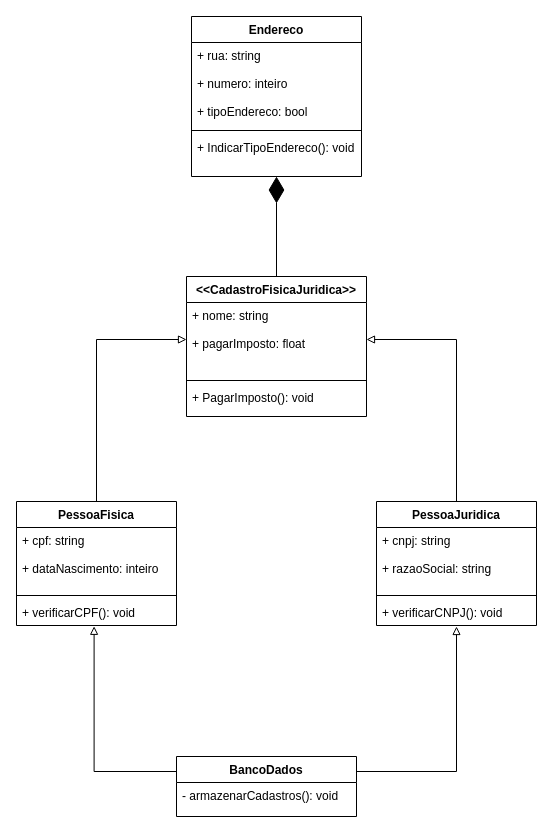
This is DiagramaUML.drawio from VictorVilhena0/ClientLabDiagrama, a draw.io file, before an edit. Source tidied: cells renumbered, new cells numbered last; positions are measured from the earlier drawing's top-left corner, leaving out a move shared by most shapes. Both pictures are drawn from the tidied source at 100%, with x=0, y=0 at pixel (16, 16).
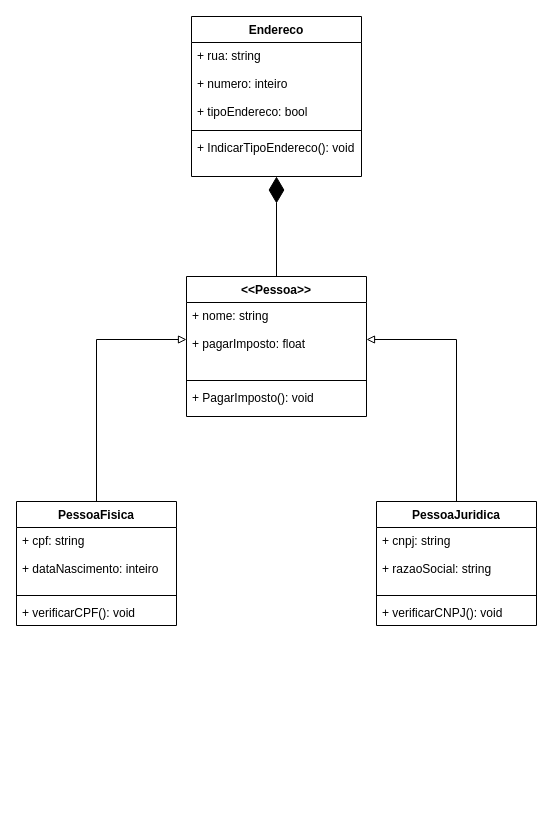
The same diagram, later.

The change refers to these unchanged cells:
```xml
<mxCell id="10" value="+ verificarCPF(): void" style="text;strokeColor=none;fillColor=none;align=left;verticalAlign=top;spacingLeft=4;spacingRight=4;overflow=hidden;points=[[0,0.5],[1,0.5]];portConstraint=eastwest;" parent="7" vertex="1">
  <mxGeometry y="98" width="160" height="26" as="geometry" />
</mxCell>
<mxCell id="19" value="+ verificarCNPJ(): void" style="text;strokeColor=none;fillColor=none;align=left;verticalAlign=top;spacingLeft=4;spacingRight=4;overflow=hidden;points=[[0,0.5],[1,0.5]];portConstraint=eastwest;" parent="16" vertex="1">
  <mxGeometry y="98" width="160" height="26" as="geometry" />
</mxCell>
```

What changed in the source:
```diff
@@
-    <mxCell id="11" value="&lt;&lt;CadastroFisicaJuridica&gt;&gt;" style="swimlane;fontStyle=1;align=center;verticalAlign=top;horizontal=1;startSize=26;" parent="1" vertex="1">
+    <mxCell id="11" value="&lt;&lt;Pessoa&gt;&gt;" style="swimlane;fontStyle=1;align=center;verticalAlign=top;horizontal=1;startSize=26;" parent="1" vertex="1">
       <mxGeometry x="170" y="260" width="180" height="140" as="geometry" />
     </mxCell>
@@
-    <mxCell id="21" style="edgeStyle=orthogonalEdgeStyle;rounded=0;jettySize=auto;html=1;exitX=0;exitY=0.25;exitDx=0;exitDy=0;startArrow=none;startFill=0;endArrow=block;endFill=0;entryX=0.485;entryY=1.031;entryDx=0;entryDy=0;entryPerimeter=0;" parent="1" edge="1" source="23" target="10">
-      <mxGeometry relative="1" as="geometry" />
-    </mxCell>
-    <mxCell id="22" style="edgeStyle=orthogonalEdgeStyle;rounded=0;jettySize=auto;html=1;exitX=1;exitY=0.25;exitDx=0;exitDy=0;entryX=0.5;entryY=1.038;entryDx=0;entryDy=0;entryPerimeter=0;startArrow=none;startFill=0;endArrow=block;endFill=0;" parent="1" edge="1" source="23" target="19">
-      <mxGeometry relative="1" as="geometry" />
-    </mxCell>
-    <mxCell id="23" value="BancoDados" style="swimlane;fontStyle=1;horizontal=1;startSize=26;fillColor=none;" parent="1" vertex="1">
-      <mxGeometry x="160" y="740" width="180" height="60" as="geometry" />
-    </mxCell>
-    <mxCell id="24" value="- armazenarCadastros(): void&#10;" style="text;strokeColor=none;fillColor=none;align=left;verticalAlign=top;spacingLeft=4;spacingRight=4;overflow=hidden;" parent="23" vertex="1">
-      <mxGeometry y="26" width="180" height="34" as="geometry" />
-    </mxCell>
```
